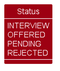
The PlantUML diagram docs/images/StatusClassDiagram.png in nus-cs2103-AY2223S1/tp, before a commit.
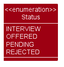
Later version of the same file.

Commit message:
Add enumeration tag to diagram

Change to the diagram source:
```diff
@@ -3,7 +3,7 @@
 skinparam classBackgroundColor MODEL_COLOR
 show members
 
-enum Status {
+enum "<<enumeration>>\nStatus" {
     INTERVIEW
     OFFERED
     PENDING
```
